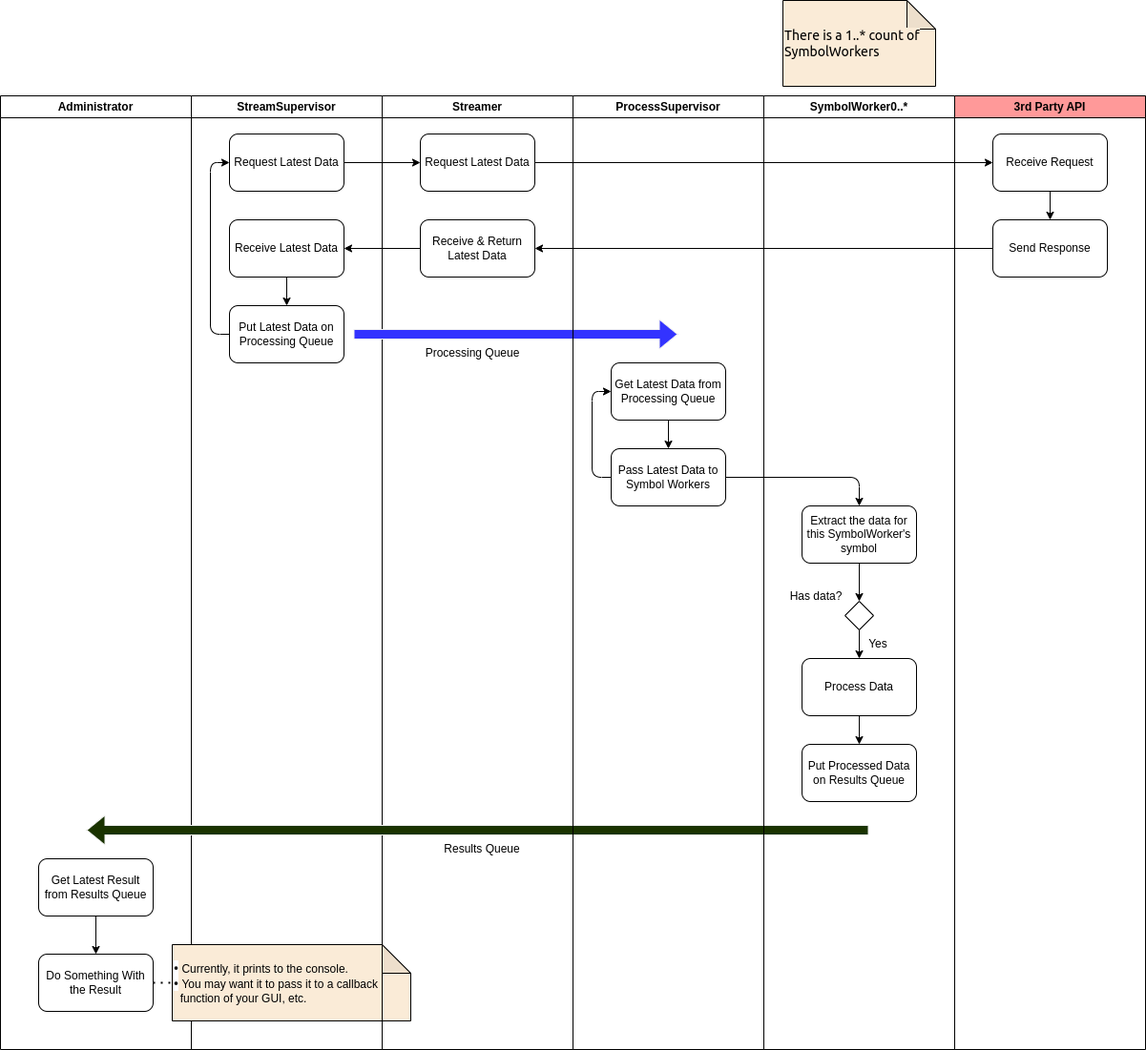
The draw.io diagram images/high_level_activity.png in IanAtDazed/ray-streamer, before a commit. Source tidied: cells renumbered, new cells last; positions are measured from the earlier drawing's top-left corner, leaving out a move shared by most shapes.
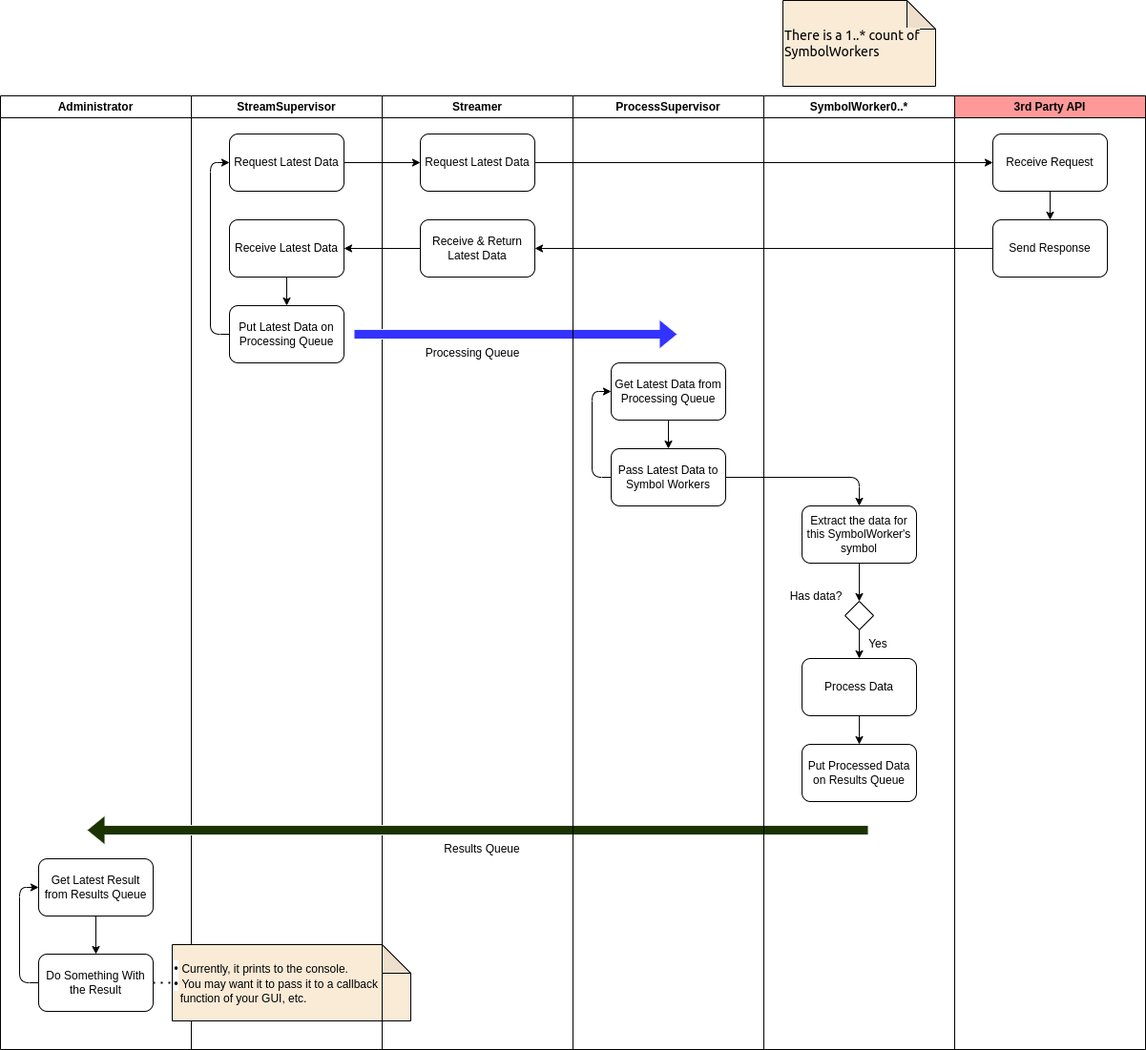
Later version of the same file.

Commit message:
Processing loop added to Administrator

What changed in the source:
```diff
@@ -14,6 +14,14 @@
     <mxCell id="5" style="endArrow=classic;html=1;fillColor=#000033;exitX=0.5;exitY=1;exitDx=0;exitDy=0;" parent="2" edge="1" source="3" target="4">
       <mxGeometry relative="1" as="geometry" />
     </mxCell>
+    <mxCell id="46" style="endArrow=classic;html=1;fillColor=#1A3300;exitX=0;exitY=0.5;exitDx=0;exitDy=0;entryX=0;entryY=0.5;entryDx=0;entryDy=0;" parent="2" edge="1" source="4" target="3">
+      <mxGeometry relative="1" as="geometry">
+        <Array as="points">
+          <mxPoint x="20" y="930" />
+          <mxPoint x="20" y="830" />
+        </Array>
+      </mxGeometry>
+    </mxCell>
     <mxCell id="6" value="StreamSupervisor" style="swimlane;whiteSpace=wrap;html=1;startSize=23;" parent="1" vertex="1">
       <mxGeometry x="200" y="100" width="200" height="1000" as="geometry" />
     </mxCell>
```
